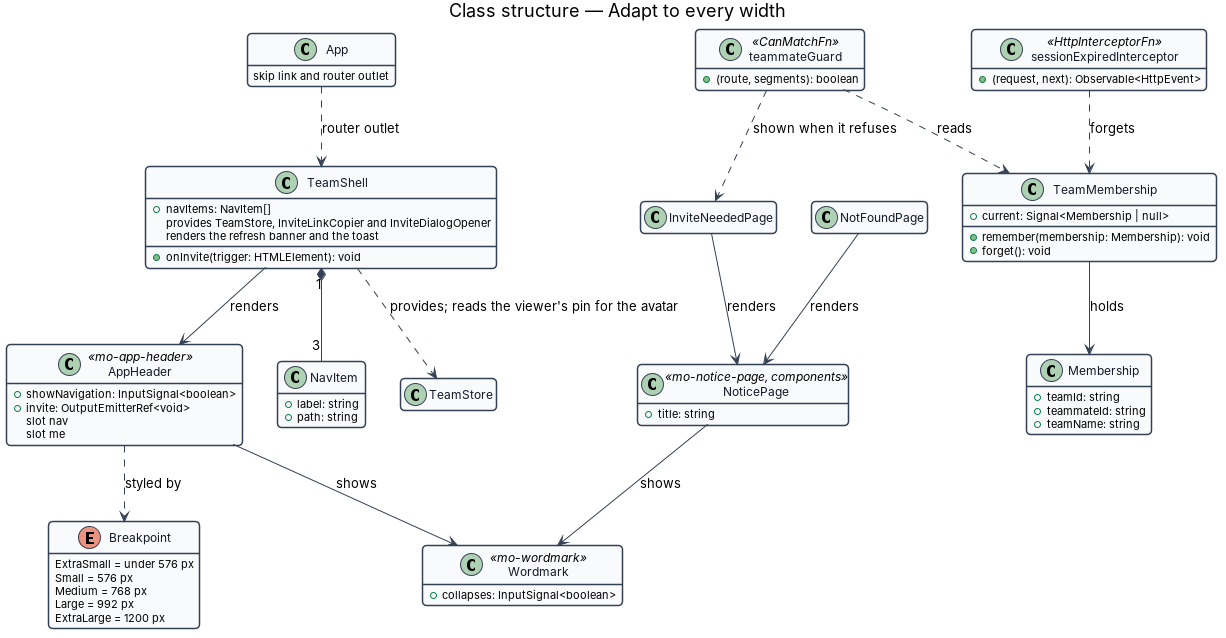
Above: docs/detailed-designs/platform/adapt-to-every-width/diagrams/class-structure.png in QuinntyneBrown/Mondino (PlantUML), before the change. Its source is kept beside it as docs/detailed-designs/platform/adapt-to-every-width/diagrams/class-structure.puml. Source of this version:
```plantuml
@startuml
skinparam backgroundColor #FFFFFF
skinparam shadowing false
skinparam roundcorner 8
skinparam defaultFontName Arial
skinparam ArrowColor #344054
skinparam class {
  BorderColor #344054
  FontColor #101828
  BackgroundColor #F9FAFB
}
hide empty members
title Class structure — Adapt to every width

enum Breakpoint {
  ExtraSmall = under 576 px
  Small = 576 px
  Medium = 768 px
  Large = 992 px
  ExtraLarge = 1200 px
}

class App {
  skip link and router outlet
}

class TeamShell {
  +navItems: NavItem[]
  provides TeamStore, InviteLinkCopier and InviteDialogOpener
  renders the refresh banner and the toast
  +onInvite(trigger: HTMLElement): void
}

class NavItem {
  +label: string
  +path: string
}

class AppHeader <<mo-app-header>> {
  +showNavigation: InputSignal<boolean>
  +invite: OutputEmitterRef<void>
  slot nav
  slot me
}

class Wordmark <<mo-wordmark>> {
  +collapses: InputSignal<boolean>
}

class TeamMembership {
  +current: Signal<Membership | null>
  +remember(membership: Membership): void
  +forget(): void
}

class Membership {
  +teamId: string
  +teammateId: string
  +teamName: string
}

class teammateGuard <<CanMatchFn>> {
  +(route, segments): boolean
}

class sessionExpiredInterceptor <<HttpInterceptorFn>> {
  +(request, next): Observable<HttpEvent>
}

class InviteNeededPage {
}

class NotFoundPage {
}

class NoticePage <<mo-notice-page, components>> {
  +title: string
}

class TeamStore {
}

App ..> TeamShell : router outlet
TeamShell --> AppHeader : renders
TeamShell "1" *-- "3" NavItem
TeamShell ..> TeamStore : provides; reads the viewer's pin for the avatar
InviteNeededPage --> NoticePage : renders
NotFoundPage --> NoticePage : renders
NoticePage --> Wordmark : shows
AppHeader --> Wordmark : shows
AppHeader ..> Breakpoint : styled by
teammateGuard ..> TeamMembership : reads
teammateGuard ..> InviteNeededPage : shown when it refuses
sessionExpiredInterceptor ..> TeamMembership : forgets
TeamMembership --> Membership : holds
@enduml
```
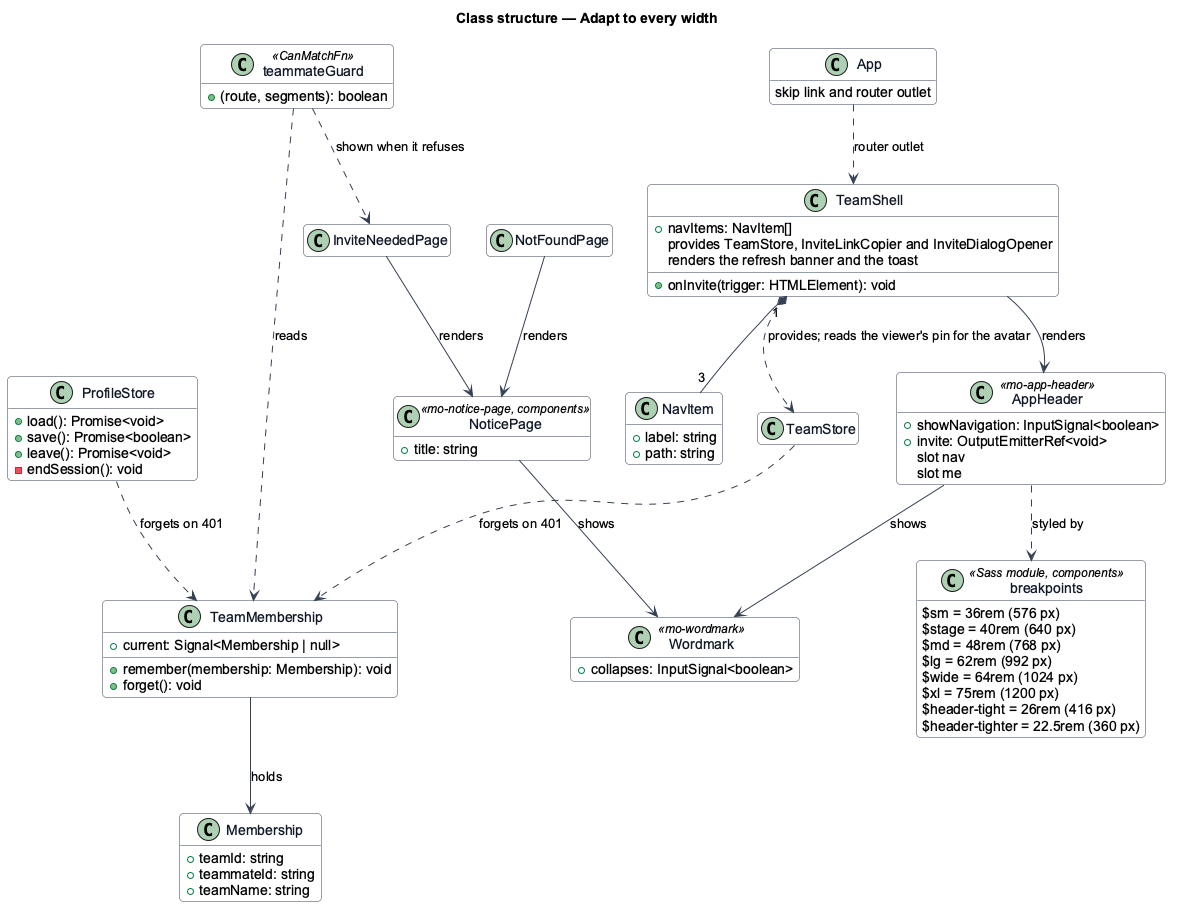
After the change.

Change to the diagram source:
```diff
@@ -12,12 +12,15 @@
 hide empty members
 title Class structure — Adapt to every width
 
-enum Breakpoint {
-  ExtraSmall = under 576 px
-  Small = 576 px
-  Medium = 768 px
-  Large = 992 px
-  ExtraLarge = 1200 px
+class breakpoints <<Sass module, components>> {
+  $sm = 36rem (576 px)
+  $stage = 40rem (640 px)
+  $md = 48rem (768 px)
+  $lg = 62rem (992 px)
+  $wide = 64rem (1024 px)
+  $xl = 75rem (1200 px)
+  $header-tight = 26rem (416 px)
+  $header-tighter = 22.5rem (360 px)
 }
 
 class App {
@@ -63,8 +66,11 @@
   +(route, segments): boolean
 }
 
-class sessionExpiredInterceptor <<HttpInterceptorFn>> {
-  +(request, next): Observable<HttpEvent>
+class ProfileStore {
+  +load(): Promise<void>
+  +save(): Promise<boolean>
+  +leave(): Promise<void>
+  -endSession(): void
 }
 
 class InviteNeededPage {
@@ -88,9 +94,10 @@
 NotFoundPage --> NoticePage : renders
 NoticePage --> Wordmark : shows
 AppHeader --> Wordmark : shows
-AppHeader ..> Breakpoint : styled by
+AppHeader ..> breakpoints : styled by
 teammateGuard ..> TeamMembership : reads
 teammateGuard ..> InviteNeededPage : shown when it refuses
-sessionExpiredInterceptor ..> TeamMembership : forgets
+TeamStore ..> TeamMembership : forgets on 401
+ProfileStore ..> TeamMembership : forgets on 401
 TeamMembership --> Membership : holds
 @enduml
```
